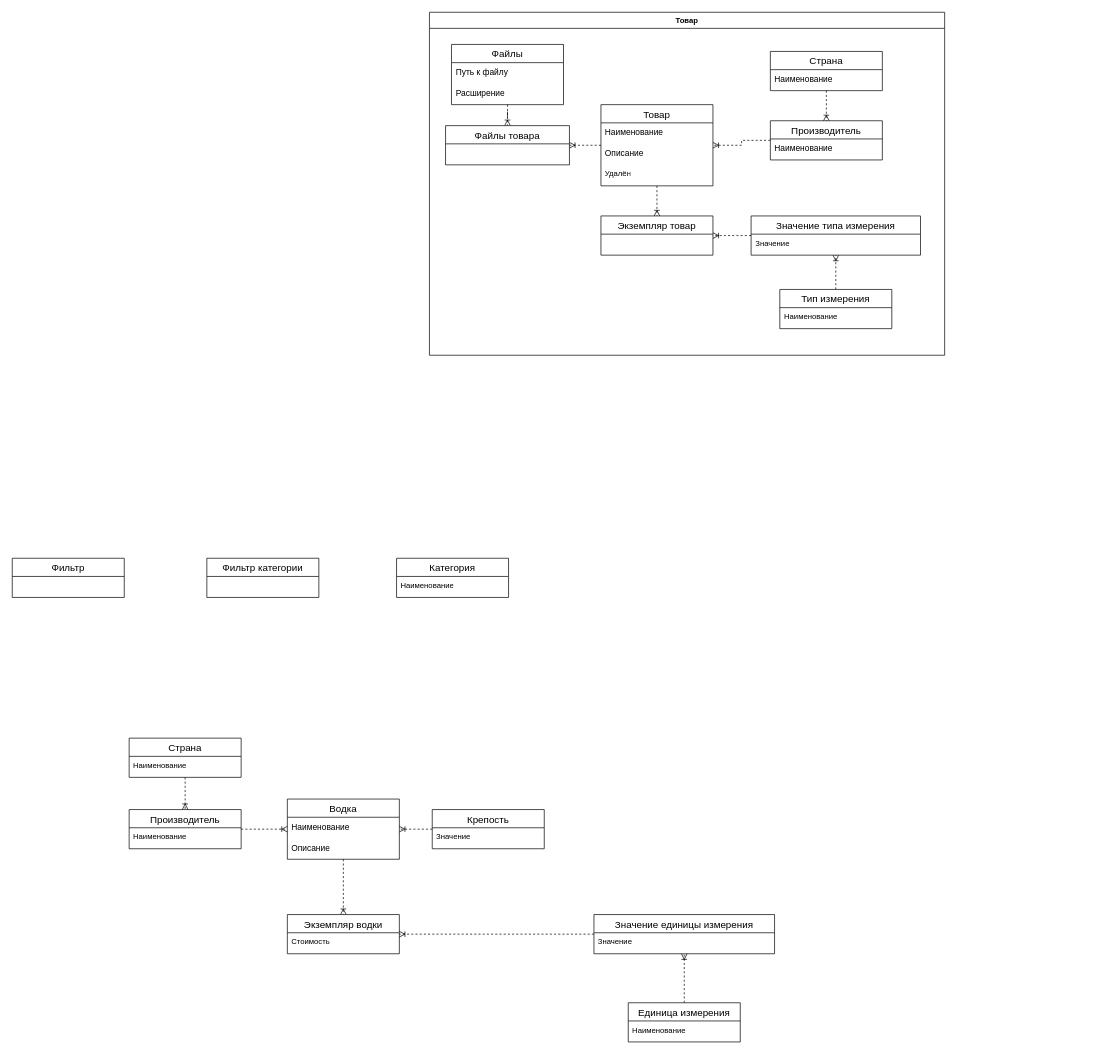
This is Информационно-логическая диаграмма базы данных.drawio from VladZainullin/LiquorStore, a draw.io file, before an edit. Source tidied: cells renumbered, new cells numbered last; positions are measured from the earlier drawing's top-left corner, leaving out a move shared by most shapes. Both pictures are drawn from the tidied source at 70%, with x=0, y=0 at pixel (12, 12).
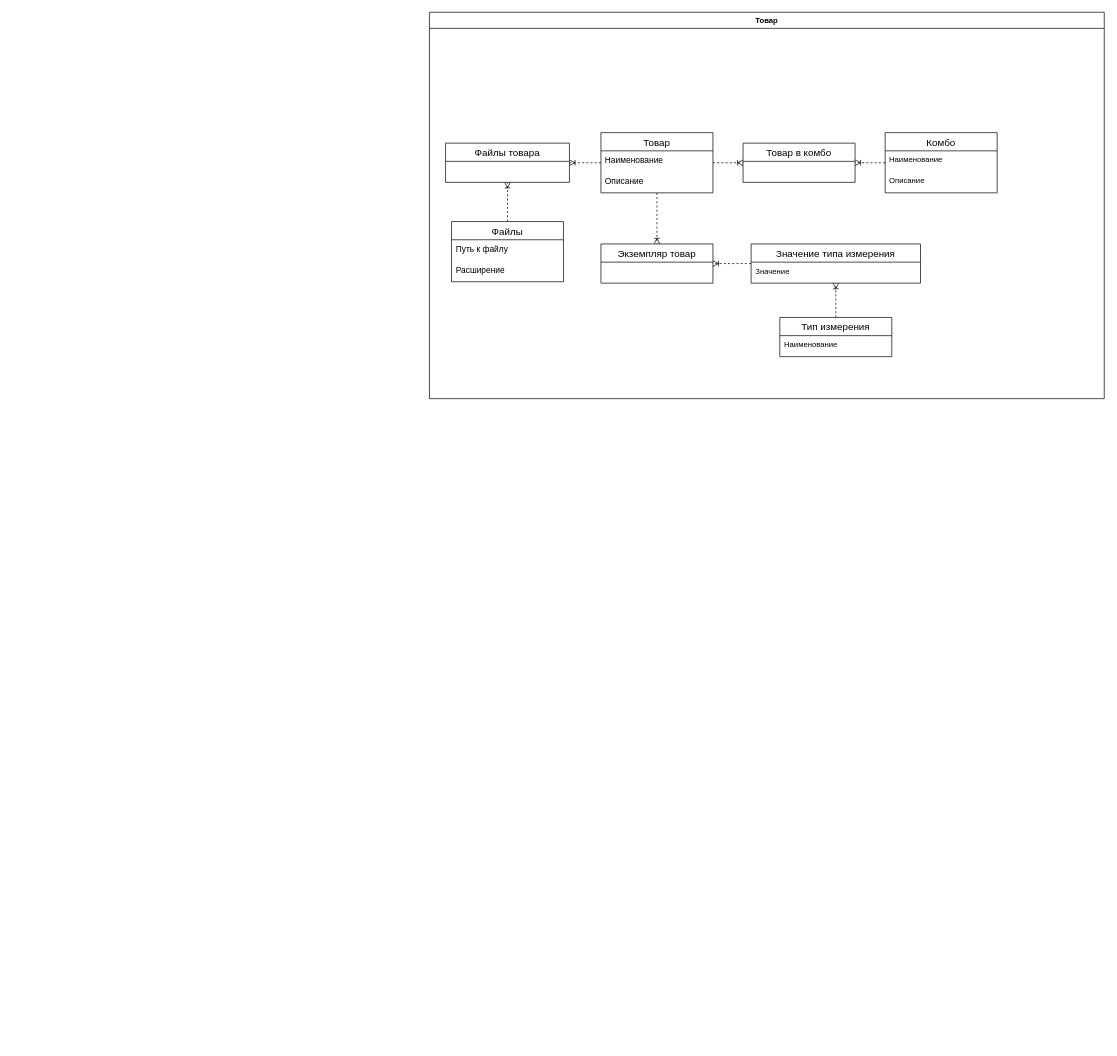
The same page after the edit.

Diff of the diagram source:
```diff
@@
     <mxCell id="2" value="Товар" style="swimlane;whiteSpace=wrap;html=1;fontFamily=Helvetica;fontSize=11;fontColor=default;labelBackgroundColor=default;" parent="1" vertex="1">
-      <mxGeometry x="596" width="736" height="490" as="geometry" />
+      <mxGeometry x="596" width="964" height="552" as="geometry" />
     </mxCell>
@@
+    <mxCell id="52" style="edgeStyle=orthogonalEdgeStyle;shape=connector;rounded=0;jettySize=auto;html=1;dashed=1;strokeColor=default;align=center;verticalAlign=middle;fontFamily=Helvetica;fontSize=11;fontColor=default;labelBackgroundColor=default;endArrow=ERoneToMany;endFill=0;" parent="2" edge="1" source="5" target="53">
+      <mxGeometry relative="1" as="geometry" />
+    </mxCell>
     <mxCell id="5" value="Товар" style="swimlane;fontStyle=0;horizontal=1;startSize=26;align=center;fontSize=14;" parent="2" vertex="1">
-      <mxGeometry x="245" y="132" width="160" height="116" as="geometry" />
+      <mxGeometry x="245" y="172" width="160" height="86" as="geometry" />
     </mxCell>
@@
-    <mxCell id="8" value="Удалён" style="text;strokeColor=none;fillColor=none;spacingLeft=4;spacingRight=4;overflow=hidden;fontSize=11;whiteSpace=wrap;html=1;fontFamily=Helvetica;fontColor=default;labelBackgroundColor=default;" parent="5" vertex="1">
-      <mxGeometry y="86" width="160" height="30" as="geometry" />
-    </mxCell>
@@
     <mxCell id="10" value="Файлы" style="swimlane;fontStyle=0;horizontal=1;startSize=26;align=center;fontSize=14;" parent="2" vertex="1">
-      <mxGeometry x="31.5" y="46" width="160" height="86" as="geometry" />
+      <mxGeometry x="31.5" y="299" width="160" height="86" as="geometry" />
     </mxCell>
@@
     <mxCell id="13" value="Файлы товара" style="swimlane;fontStyle=0;horizontal=1;startSize=26;align=center;fontSize=14;" parent="2" vertex="1">
-      <mxGeometry x="23" y="162" width="177" height="56" as="geometry" />
+      <mxGeometry x="23" y="187" width="177" height="56" as="geometry" />
     </mxCell>
     <mxCell id="14" style="edgeStyle=orthogonalEdgeStyle;shape=connector;rounded=0;jettySize=auto;html=1;dashed=1;strokeColor=default;align=center;verticalAlign=middle;fontFamily=Helvetica;fontSize=11;fontColor=default;labelBackgroundColor=default;endArrow=ERoneToMany;endFill=0;" parent="2" edge="1" source="15" target="20">
       <mxGeometry relative="1" as="geometry">
         <Array as="points">
-          <mxPoint x="583.5" y="319" />
+          <mxPoint x="583.5" y="359" />
         </Array>
       </mxGeometry>
     </mxCell>
     <mxCell id="15" value="Значение типа измерения" style="swimlane;fontStyle=0;horizontal=1;startSize=26;align=center;fontSize=14;fontFamily=Helvetica;fontColor=default;labelBackgroundColor=default;" parent="2" vertex="1">
-      <mxGeometry x="459.5" y="291" width="242" height="56" as="geometry" />
+      <mxGeometry x="459.5" y="331" width="242" height="56" as="geometry" />
     </mxCell>
@@
     <mxCell id="18" value="Тип измерения" style="swimlane;fontStyle=0;horizontal=1;startSize=26;align=center;fontSize=14;fontFamily=Helvetica;fontColor=default;labelBackgroundColor=default;" parent="2" vertex="1">
-      <mxGeometry x="500.5" y="396" width="160" height="56" as="geometry" />
+      <mxGeometry x="500.5" y="436" width="160" height="56" as="geometry" />
     </mxCell>
@@
     <mxCell id="20" value="Экземпляр товар" style="swimlane;fontStyle=0;horizontal=1;startSize=26;align=center;fontSize=14;fontFamily=Helvetica;fontColor=default;labelBackgroundColor=default;" parent="2" vertex="1">
-      <mxGeometry x="245" y="291" width="160" height="56" as="geometry" />
+      <mxGeometry x="245" y="331" width="160" height="56" as="geometry" />
     </mxCell>
-    <mxCell id="21" style="edgeStyle=orthogonalEdgeStyle;rounded=0;jettySize=auto;html=1;dashed=1;endArrow=ERoneToMany;endFill=0;" parent="2" edge="1" source="22" target="5">
-      <mxGeometry relative="1" as="geometry" />
-    </mxCell>
-    <mxCell id="22" value="Производитель" style="swimlane;fontStyle=0;horizontal=1;startSize=26;align=center;fontSize=14;" parent="2" vertex="1">
-      <mxGeometry x="487" y="155" width="160" height="56" as="geometry" />
-    </mxCell>
-    <mxCell id="23" value="Наименование" style="text;strokeColor=none;fillColor=none;spacingLeft=4;spacingRight=4;overflow=hidden;fontSize=12;whiteSpace=wrap;html=1;" parent="22" vertex="1">
-      <mxGeometry y="26" width="160" height="30" as="geometry" />
-    </mxCell>
-    <mxCell id="24" style="edgeStyle=orthogonalEdgeStyle;shape=connector;rounded=0;jettySize=auto;html=1;dashed=1;strokeColor=default;align=center;verticalAlign=middle;fontFamily=Helvetica;fontSize=11;fontColor=default;labelBackgroundColor=default;endArrow=ERoneToMany;endFill=0;" parent="2" edge="1" source="25" target="22">
-      <mxGeometry relative="1" as="geometry" />
-    </mxCell>
-    <mxCell id="25" value="Страна" style="swimlane;fontStyle=0;horizontal=1;startSize=26;align=center;fontSize=14;" parent="2" vertex="1">
-      <mxGeometry x="487" y="56" width="160" height="56" as="geometry" />
-    </mxCell>
-    <mxCell id="26" value="Наименование" style="text;strokeColor=none;fillColor=none;spacingLeft=4;spacingRight=4;overflow=hidden;fontSize=12;whiteSpace=wrap;html=1;" parent="25" vertex="1">
-      <mxGeometry y="26" width="160" height="30" as="geometry" />
-    </mxCell>
-    <mxCell id="27" style="edgeStyle=orthogonalEdgeStyle;rounded=0;jettySize=auto;html=1;endArrow=ERoneToMany;endFill=0;dashed=1;" parent="1" edge="1" source="28" target="31">
-      <mxGeometry relative="1" as="geometry" />
-    </mxCell>
-    <mxCell id="28" value="Водка" style="swimlane;fontStyle=0;horizontal=1;startSize=26;align=center;fontSize=14;" parent="1" vertex="1">
-      <mxGeometry x="393" y="1124" width="160" height="86" as="geometry" />
-    </mxCell>
-    <mxCell id="29" value="Наименование" style="text;strokeColor=none;fillColor=none;spacingLeft=4;spacingRight=4;overflow=hidden;fontSize=12;whiteSpace=wrap;html=1;" parent="28" vertex="1">
-      <mxGeometry y="26" width="160" height="30" as="geometry" />
-    </mxCell>
+    <mxCell id="53" value="Товар в комбо" style="swimlane;fontStyle=0;horizontal=1;startSize=26;align=center;fontSize=14;fontFamily=Helvetica;fontColor=default;labelBackgroundColor=default;" parent="2" vertex="1">
+      <mxGeometry x="448" y="187" width="160" height="56" as="geometry" />
+    </mxCell>
+    <mxCell id="54" style="edgeStyle=orthogonalEdgeStyle;shape=connector;rounded=0;jettySize=auto;html=1;dashed=1;strokeColor=default;align=center;verticalAlign=middle;fontFamily=Helvetica;fontSize=11;fontColor=default;labelBackgroundColor=default;endArrow=ERoneToMany;endFill=0;" parent="2" edge="1" source="55" target="53">
+      <mxGeometry relative="1" as="geometry" />
+    </mxCell>
+    <mxCell id="55" value="Комбо" style="swimlane;fontStyle=0;horizontal=1;startSize=26;align=center;fontSize=14;fontFamily=Helvetica;fontColor=default;labelBackgroundColor=default;" parent="2" vertex="1">
+      <mxGeometry x="651" y="172" width="160" height="86" as="geometry" />
+    </mxCell>
+    <mxCell id="56" value="Наименование" style="text;strokeColor=none;fillColor=none;spacingLeft=4;spacingRight=4;overflow=hidden;fontSize=11;whiteSpace=wrap;html=1;fontFamily=Helvetica;fontColor=default;labelBackgroundColor=default;" parent="55" vertex="1">
+      <mxGeometry y="26" width="160" height="30" as="geometry" />
+    </mxCell>
-    <mxCell id="30" value="Описание" style="text;strokeColor=none;fillColor=none;spacingLeft=4;spacingRight=4;overflow=hidden;fontSize=12;whiteSpace=wrap;html=1;" parent="28" vertex="1">
+    <mxCell id="30" value="Описание" style="text;strokeColor=none;fillColor=none;spacingLeft=4;spacingRight=4;overflow=hidden;fontSize=11;whiteSpace=wrap;html=1;fontFamily=Helvetica;fontColor=default;labelBackgroundColor=default;" parent="55" vertex="1">
       <mxGeometry y="56" width="160" height="30" as="geometry" />
     </mxCell>
-    <mxCell id="31" value="Экземпляр водки" style="swimlane;fontStyle=0;horizontal=1;startSize=26;align=center;fontSize=14;" parent="1" vertex="1">
-      <mxGeometry x="393" y="1289" width="160" height="56" as="geometry" />
-    </mxCell>
-    <mxCell id="32" value="Стоимость" style="text;strokeColor=none;fillColor=none;spacingLeft=4;spacingRight=4;overflow=hidden;fontSize=11;whiteSpace=wrap;html=1;fontFamily=Helvetica;fontColor=default;labelBackgroundColor=default;" parent="31" vertex="1">
-      <mxGeometry y="26" width="160" height="30" as="geometry" />
-    </mxCell>
-    <mxCell id="33" style="edgeStyle=orthogonalEdgeStyle;shape=connector;rounded=0;jettySize=auto;html=1;dashed=1;strokeColor=default;align=center;verticalAlign=middle;fontFamily=Helvetica;fontSize=11;fontColor=default;labelBackgroundColor=default;endArrow=ERoneToMany;endFill=0;" parent="1" edge="1" source="34" target="28">
-      <mxGeometry relative="1" as="geometry" />
-    </mxCell>
-    <mxCell id="34" value="Производитель" style="swimlane;fontStyle=0;horizontal=1;startSize=26;align=center;fontSize=14;fontFamily=Helvetica;fontColor=default;labelBackgroundColor=default;" parent="1" vertex="1">
-      <mxGeometry x="167" y="1139" width="160" height="56" as="geometry" />
-    </mxCell>
-    <mxCell id="35" value="Наименование" style="text;strokeColor=none;fillColor=none;spacingLeft=4;spacingRight=4;overflow=hidden;fontSize=11;whiteSpace=wrap;html=1;fontFamily=Helvetica;fontColor=default;labelBackgroundColor=default;" parent="34" vertex="1">
-      <mxGeometry y="26" width="160" height="30" as="geometry" />
-    </mxCell>
-    <mxCell id="36" style="edgeStyle=orthogonalEdgeStyle;shape=connector;rounded=0;jettySize=auto;html=1;dashed=1;strokeColor=default;align=center;verticalAlign=middle;fontFamily=Helvetica;fontSize=11;fontColor=default;labelBackgroundColor=default;endArrow=ERoneToMany;endFill=0;" parent="1" edge="1" source="37" target="28">
-      <mxGeometry relative="1" as="geometry" />
-    </mxCell>
-    <mxCell id="37" value="Крепость" style="swimlane;fontStyle=0;horizontal=1;startSize=26;align=center;fontSize=14;fontFamily=Helvetica;fontColor=default;labelBackgroundColor=default;" parent="1" vertex="1">
-      <mxGeometry x="600" y="1139" width="160" height="56" as="geometry" />
-    </mxCell>
-    <mxCell id="38" value="Значение" style="text;strokeColor=none;fillColor=none;spacingLeft=4;spacingRight=4;overflow=hidden;fontSize=11;whiteSpace=wrap;html=1;fontFamily=Helvetica;fontColor=default;labelBackgroundColor=default;" parent="37" vertex="1">
-      <mxGeometry y="26" width="160" height="30" as="geometry" />
-    </mxCell>
-    <mxCell id="39" style="edgeStyle=orthogonalEdgeStyle;shape=connector;rounded=0;jettySize=auto;html=1;dashed=1;strokeColor=default;align=center;verticalAlign=middle;fontFamily=Helvetica;fontSize=11;fontColor=default;labelBackgroundColor=default;endArrow=ERoneToMany;endFill=0;" parent="1" edge="1" source="40" target="31">
-      <mxGeometry relative="1" as="geometry" />
-    </mxCell>
-    <mxCell id="40" value="Значение единицы измерения" style="swimlane;fontStyle=0;horizontal=1;startSize=26;align=center;fontSize=14;fontFamily=Helvetica;fontColor=default;labelBackgroundColor=default;" parent="1" vertex="1">
-      <mxGeometry x="831" y="1289" width="258" height="56" as="geometry" />
-    </mxCell>
-    <mxCell id="41" value="Значение" style="text;strokeColor=none;fillColor=none;spacingLeft=4;spacingRight=4;overflow=hidden;fontSize=11;whiteSpace=wrap;html=1;fontFamily=Helvetica;fontColor=default;labelBackgroundColor=default;" parent="40" vertex="1">
-      <mxGeometry y="26" width="258" height="30" as="geometry" />
-    </mxCell>
-    <mxCell id="42" style="edgeStyle=orthogonalEdgeStyle;shape=connector;rounded=0;jettySize=auto;html=1;dashed=1;strokeColor=default;align=center;verticalAlign=middle;fontFamily=Helvetica;fontSize=11;fontColor=default;labelBackgroundColor=default;endArrow=ERoneToMany;endFill=0;" parent="1" edge="1" source="43" target="40">
-      <mxGeometry relative="1" as="geometry" />
-    </mxCell>
-    <mxCell id="43" value="Единица измерения" style="swimlane;fontStyle=0;horizontal=1;startSize=26;align=center;fontSize=14;fontFamily=Helvetica;fontColor=default;labelBackgroundColor=default;" parent="1" vertex="1">
-      <mxGeometry x="880" y="1415" width="160" height="56" as="geometry" />
-    </mxCell>
-    <mxCell id="44" value="Наименование" style="text;strokeColor=none;fillColor=none;spacingLeft=4;spacingRight=4;overflow=hidden;fontSize=11;whiteSpace=wrap;html=1;fontFamily=Helvetica;fontColor=default;labelBackgroundColor=default;" parent="43" vertex="1">
-      <mxGeometry y="26" width="160" height="30" as="geometry" />
-    </mxCell>
-    <mxCell id="45" style="edgeStyle=orthogonalEdgeStyle;shape=connector;rounded=0;jettySize=auto;html=1;dashed=1;strokeColor=default;align=center;verticalAlign=middle;fontFamily=Helvetica;fontSize=11;fontColor=default;labelBackgroundColor=default;endArrow=ERoneToMany;endFill=0;" parent="1" edge="1" source="46" target="34">
-      <mxGeometry relative="1" as="geometry" />
-    </mxCell>
-    <mxCell id="46" value="Страна" style="swimlane;fontStyle=0;horizontal=1;startSize=26;align=center;fontSize=14;fontFamily=Helvetica;fontColor=default;labelBackgroundColor=default;" parent="1" vertex="1">
-      <mxGeometry x="167" y="1037" width="160" height="56" as="geometry" />
-    </mxCell>
-    <mxCell id="47" value="Наименование" style="text;strokeColor=none;fillColor=none;spacingLeft=4;spacingRight=4;overflow=hidden;fontSize=11;whiteSpace=wrap;html=1;fontFamily=Helvetica;fontColor=default;labelBackgroundColor=default;" parent="46" vertex="1">
-      <mxGeometry y="26" width="160" height="30" as="geometry" />
-    </mxCell>
-    <mxCell id="48" value="Категория" style="swimlane;fontStyle=0;horizontal=1;startSize=26;align=center;fontSize=14;fontFamily=Helvetica;fontColor=default;labelBackgroundColor=default;" parent="1" vertex="1">
-      <mxGeometry x="549" y="780" width="160" height="56" as="geometry" />
-    </mxCell>
-    <mxCell id="49" value="Наименование" style="text;strokeColor=none;fillColor=none;spacingLeft=4;spacingRight=4;overflow=hidden;fontSize=11;whiteSpace=wrap;html=1;fontFamily=Helvetica;fontColor=default;labelBackgroundColor=default;" parent="48" vertex="1">
-      <mxGeometry y="26" width="160" height="30" as="geometry" />
-    </mxCell>
-    <mxCell id="50" value="Фильтр категории" style="swimlane;fontStyle=0;horizontal=1;startSize=26;align=center;fontSize=14;fontFamily=Helvetica;fontColor=default;labelBackgroundColor=default;" parent="1" vertex="1">
-      <mxGeometry x="278" y="780" width="160" height="56" as="geometry" />
-    </mxCell>
-    <mxCell id="51" value="Фильтр" style="swimlane;fontStyle=0;horizontal=1;startSize=26;align=center;fontSize=14;fontFamily=Helvetica;fontColor=default;labelBackgroundColor=default;" parent="1" vertex="1">
-      <mxGeometry y="780" width="160" height="56" as="geometry" />
-    </mxCell>
```
